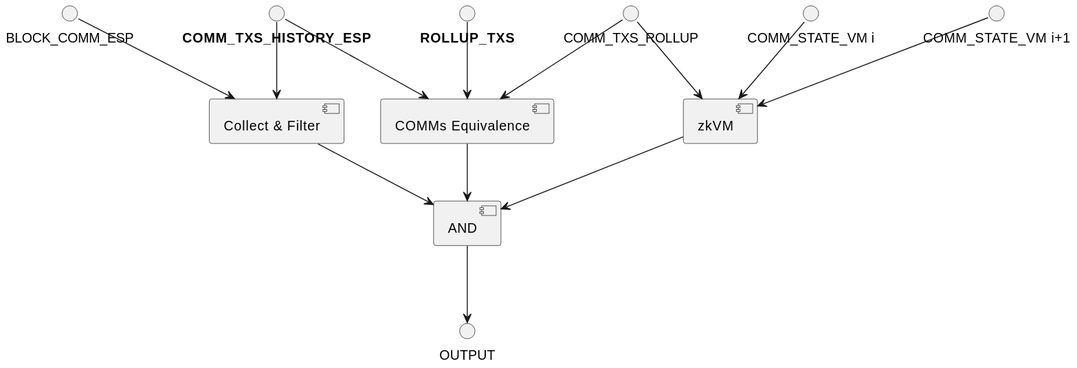
Before: doc/zk-rollup-circuit-no-espresso-consensus.svg, a diagram exported from PlantUML (EspressoSystems/espresso-sequencer).
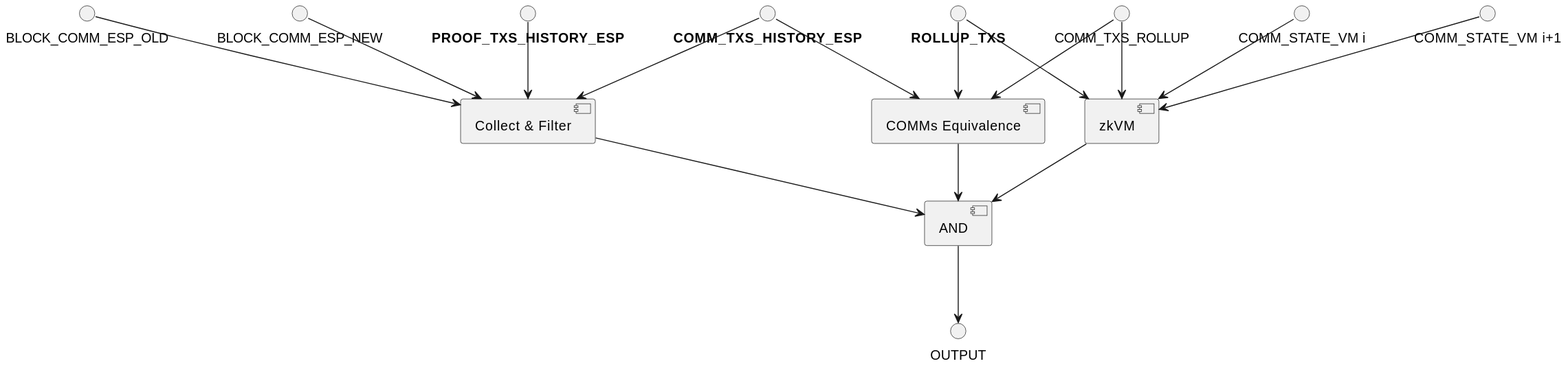
The same file after the commit.

What changed in the source:
```diff
@@ -5,8 +5,11 @@
 
 [zkVM] as ZK
 
-BLOCK_COMM_ESP --> CF
+BLOCK_COMM_ESP_OLD --> CF
+BLOCK_COMM_ESP_NEW --> CF
+"<b>PROOF_TXS_HISTORY_ESP</b>" --> CF
 "<b>ROLLUP_TXS</b>" --> CE
+"<b>ROLLUP_TXS</b>" --> ZK
 
 COMM_TXS_ROLLUP --> CE
 "<b>COMM_TXS_HISTORY_ESP</b>" --> CE
```
